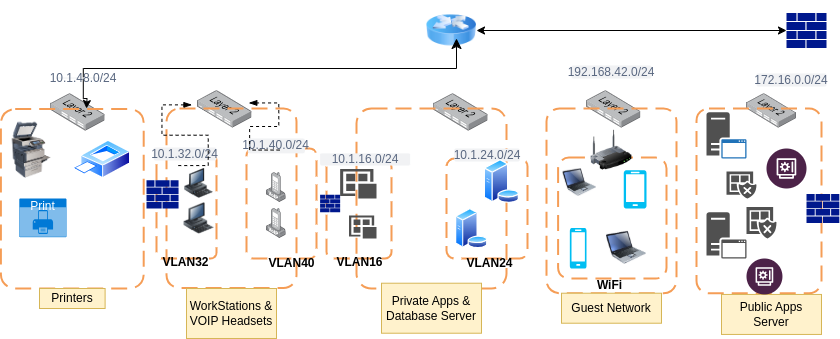
Before: secured_network_topology.drawio.png, a diagram exported from draw.io (MwarumbaH-5523/Secured_Networks_Topology). Source tidied: cells renumbered, new cells last; positions are measured from the earlier drawing's top-left corner, leaving out a move shared by most shapes.
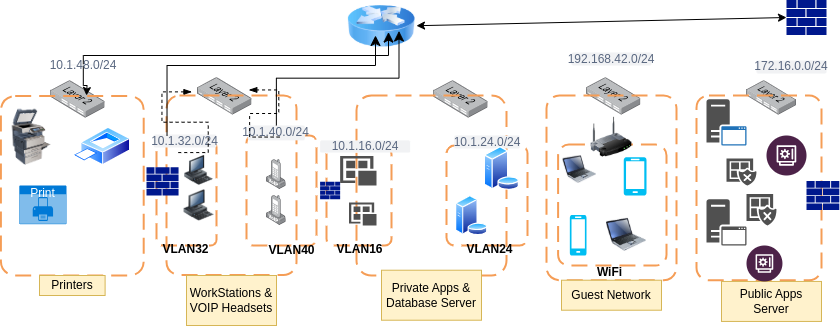
After the commit.

Change to the diagram source:
```diff
@@ -6,7 +6,7 @@
       <mxGeometry x="786" y="12.4" width="40" height="35.2" as="geometry" />
     </mxCell>
     <mxCell id="3" style="image;html=1;image=img/lib/clip_art/networking/Router_Icon_128x128.png;" parent="1" vertex="1">
-      <mxGeometry x="426" width="50" height="60" as="geometry" />
+      <mxGeometry x="346" y="18" width="70" height="42" as="geometry" />
     </mxCell>
     <mxCell id="4" style="endArrow=classic;startArrow=classic;html=1;rounded=0;entryX=0;entryY=0.5;entryDx=0;entryDy=0;entryPerimeter=0;" parent="1" edge="1" source="3" target="2">
       <mxGeometry relative="1" as="geometry" />
@@ -209,5 +209,18 @@
         </Array>
       </mxGeometry>
     </mxCell>
+    <mxCell id="66" style="edgeStyle=elbowEdgeStyle;elbow=vertical;endArrow=classic;html=1;curved=0;rounded=0;endSize=8;startSize=8;exitX=0.004;exitY=0.224;exitDx=0;exitDy=0;exitPerimeter=0;" parent="1" edge="1" source="11">
+      <mxGeometry relative="1" as="geometry">
+        <mxPoint x="375" y="48" as="targetPoint" />
+        <Array as="points">
+          <mxPoint x="266" y="78" />
+        </Array>
+      </mxGeometry>
+    </mxCell>
+    <mxCell id="67" style="edgeStyle=elbowEdgeStyle;elbow=vertical;endArrow=classic;html=1;curved=0;rounded=0;endSize=8;startSize=8;entryX=0.75;entryY=1;entryDx=0;entryDy=0;" parent="1" edge="1" source="31">
+      <mxGeometry relative="1" as="geometry">
+        <mxPoint x="398.5" y="43.5" as="targetPoint" />
+      </mxGeometry>
+    </mxCell>
   </root>
 </mxGraphModel>
```
